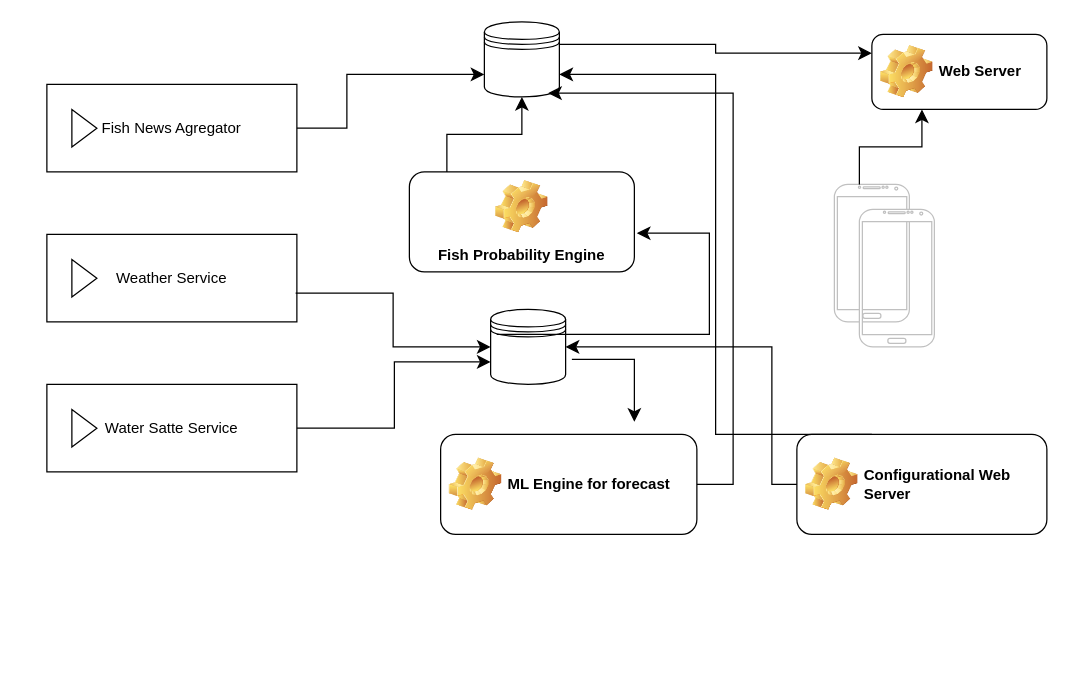
Before: Untitled Diagram.drawio in BalinTomsk/efj-backend, a draw.io diagram. Source tidied: cells renumbered, new cells numbered last; positions are measured from the earlier drawing's top-left corner, leaving out a move shared by most shapes. Both pictures are drawn from the tidied source at 125%, with x=0, y=0 at pixel (46, 21).
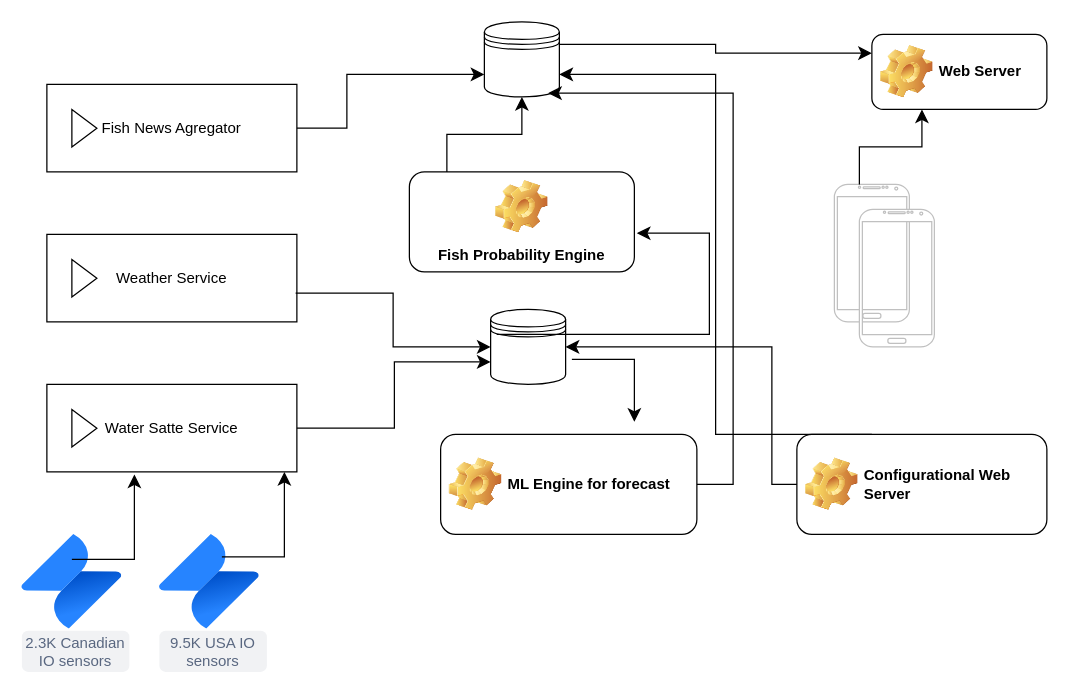
The same page after the edit.

Commit message:
add IO Water Data Stations

The change refers to these unchanged cells:
```xml
<mxCell id="6" value="Water Satte Service" style="html=1;whiteSpace=wrap;" parent="1" vertex="1">
  <mxGeometry y="290" width="200" height="70" as="geometry" />
</mxCell>
```

What changed in the source:
```diff
@@
+    <mxCell id="27" style="image;html=1;image=img/lib/atlassian/Jira_Service_Desk_Logo.svg;" parent="1" vertex="1">
+      <mxGeometry x="-20" y="410" width="80" height="76" as="geometry" />
+    </mxCell>
+    <mxCell id="28" value="2.3K Canadian IO sensors" style="rounded=1;fillColor=#F1F2F4;strokeColor=none;html=1;whiteSpace=wrap;fontColor=#596780;align=center;verticalAlign=middle;fontStyle=0;fontSize=12;sketch=0;" parent="1" vertex="1">
+      <mxGeometry x="-20" y="487" width="86" height="33" as="geometry" />
+    </mxCell>
+    <mxCell id="29" style="image;html=1;image=img/lib/atlassian/Jira_Service_Desk_Logo.svg;" parent="1" vertex="1">
+      <mxGeometry x="90" y="410" width="80" height="76" as="geometry" />
+    </mxCell>
+    <mxCell id="30" value="9.5K USA IO sensors" style="rounded=1;fillColor=#F1F2F4;strokeColor=none;html=1;whiteSpace=wrap;fontColor=#596780;align=center;verticalAlign=middle;fontStyle=0;fontSize=12;sketch=0;" parent="1" vertex="1">
+      <mxGeometry x="90" y="487" width="86" height="33" as="geometry" />
+    </mxCell>
+    <mxCell id="31" style="edgeStyle=segmentEdgeStyle;endArrow=classic;html=1;curved=0;rounded=0;endSize=8;startSize=8;entryX=0.35;entryY=1.029;entryDx=0;entryDy=0;entryPerimeter=0;" parent="1" edge="1" target="6">
+      <mxGeometry relative="1" as="geometry">
+        <mxPoint x="20" y="430" as="sourcePoint" />
+      </mxGeometry>
+    </mxCell>
+    <mxCell id="32" style="edgeStyle=segmentEdgeStyle;endArrow=classic;html=1;curved=0;rounded=0;endSize=8;startSize=8;entryX=0.35;entryY=1.029;entryDx=0;entryDy=0;entryPerimeter=0;" parent="1" edge="1">
+      <mxGeometry relative="1" as="geometry">
+        <mxPoint x="140" y="428" as="sourcePoint" />
+        <mxPoint x="190" y="360" as="targetPoint" />
+      </mxGeometry>
+    </mxCell>
```
